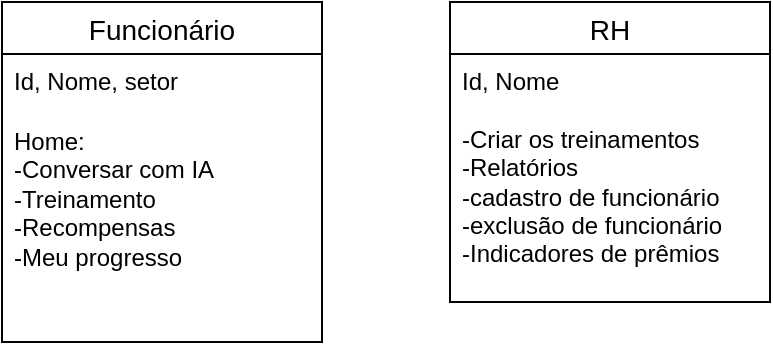
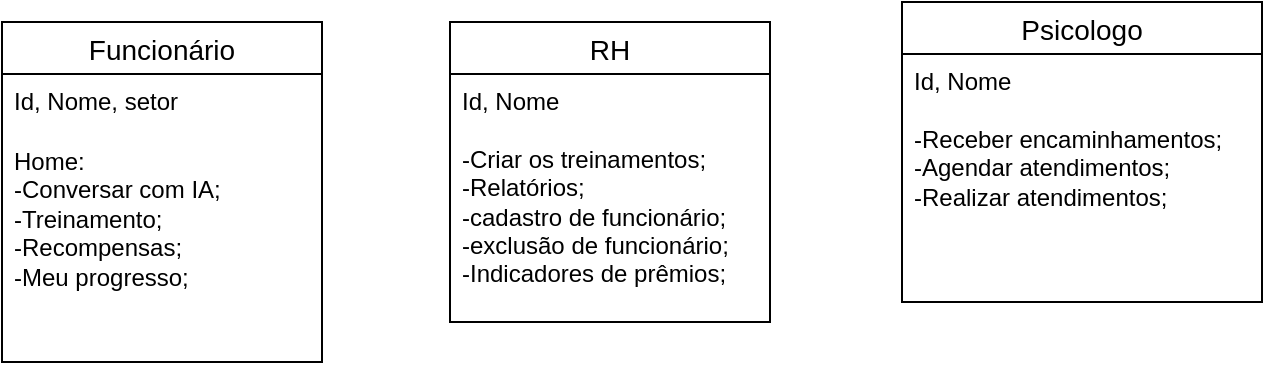
<mxfile host="app.diagrams.net">
  <diagram name="Página-1" id="Olnqo0z5X7HrJRJVDCDp">
    <mxGraphModel dx="1094" dy="647" grid="1" gridSize="10" guides="1" tooltips="1" connect="1" arrows="1" fold="1" page="1" pageScale="1" pageWidth="827" pageHeight="1169" math="0" shadow="0">
      <root>
        <mxCell id="0" />
        <mxCell id="1" parent="0" />
        <mxCell id="BrtYY052EfEOkjj2CXpA-1" parent="1" style="swimlane;fontStyle=0;childLayout=stackLayout;horizontal=1;startSize=26;horizontalStack=0;resizeParent=1;resizeParentMax=0;resizeLast=0;collapsible=1;marginBottom=0;align=center;fontSize=14;" value="Funcionário" vertex="1">
          <mxGeometry height="170" width="160" x="30" y="130" as="geometry" />
        </mxCell>
        <mxCell id="BrtYY052EfEOkjj2CXpA-2" parent="BrtYY052EfEOkjj2CXpA-1" style="text;strokeColor=none;fillColor=none;spacingLeft=4;spacingRight=4;overflow=hidden;rotatable=0;points=[[0,0.5],[1,0.5]];portConstraint=eastwest;fontSize=12;whiteSpace=wrap;html=1;" value="Id, Nome, setor&amp;nbsp;" vertex="1">
          <mxGeometry height="30" width="160" y="26" as="geometry" />
        </mxCell>
-         <mxCell id="BrtYY052EfEOkjj2CXpA-3" parent="BrtYY052EfEOkjj2CXpA-1" style="text;strokeColor=none;fillColor=none;spacingLeft=4;spacingRight=4;overflow=hidden;rotatable=0;points=[[0,0.5],[1,0.5]];portConstraint=eastwest;fontSize=12;whiteSpace=wrap;html=1;" value="Home:&lt;br&gt;-Conversar com IA&lt;br&gt;-Treinamento&lt;br&gt;-Recompensas&lt;br&gt;-Meu progresso" vertex="1">
+         <mxCell id="BrtYY052EfEOkjj2CXpA-3" parent="BrtYY052EfEOkjj2CXpA-1" style="text;strokeColor=none;fillColor=none;spacingLeft=4;spacingRight=4;overflow=hidden;rotatable=0;points=[[0,0.5],[1,0.5]];portConstraint=eastwest;fontSize=12;whiteSpace=wrap;html=1;" value="Home:&lt;br&gt;-Conversar com IA;&lt;br&gt;-Treinamento;&lt;br&gt;-Recompensas;&lt;br&gt;-Meu progresso;" vertex="1">
          <mxGeometry height="114" width="160" y="56" as="geometry" />
        </mxCell>
        <mxCell id="BrtYY052EfEOkjj2CXpA-5" parent="1" style="swimlane;fontStyle=0;childLayout=stackLayout;horizontal=1;startSize=26;horizontalStack=0;resizeParent=1;resizeParentMax=0;resizeLast=0;collapsible=1;marginBottom=0;align=center;fontSize=14;" value="RH" vertex="1">
          <mxGeometry height="150" width="160" x="254" y="130" as="geometry" />
        </mxCell>
-         <mxCell id="BrtYY052EfEOkjj2CXpA-6" parent="BrtYY052EfEOkjj2CXpA-5" style="text;strokeColor=none;fillColor=none;spacingLeft=4;spacingRight=4;overflow=hidden;rotatable=0;points=[[0,0.5],[1,0.5]];portConstraint=eastwest;fontSize=12;whiteSpace=wrap;html=1;" value="Id, Nome&lt;div&gt;&lt;br&gt;-Criar os treinamentos&lt;br&gt;-Relatórios&lt;br&gt;-cadastro de funcionário&lt;br&gt;-exclusão de funcionário&lt;br&gt;-Indicadores de prêmios&lt;/div&gt;" vertex="1">
+         <mxCell id="BrtYY052EfEOkjj2CXpA-6" parent="BrtYY052EfEOkjj2CXpA-5" style="text;strokeColor=none;fillColor=none;spacingLeft=4;spacingRight=4;overflow=hidden;rotatable=0;points=[[0,0.5],[1,0.5]];portConstraint=eastwest;fontSize=12;whiteSpace=wrap;html=1;" value="Id, Nome&lt;div&gt;&lt;br&gt;-Criar os treinamentos;&lt;br&gt;-Relatórios;&lt;br&gt;-cadastro de funcionário;&lt;br&gt;-exclusão de funcionário;&lt;br&gt;-Indicadores de prêmios;&lt;/div&gt;" vertex="1">
          <mxGeometry height="124" width="160" y="26" as="geometry" />
+         </mxCell>
+         <mxCell id="BrtYY052EfEOkjj2CXpA-8" parent="1" style="swimlane;fontStyle=0;childLayout=stackLayout;horizontal=1;startSize=26;horizontalStack=0;resizeParent=1;resizeParentMax=0;resizeLast=0;collapsible=1;marginBottom=0;align=center;fontSize=14;" value="Psicologo" vertex="1">
+           <mxGeometry height="150" width="180" x="480" y="120" as="geometry" />
+         </mxCell>
+         <mxCell id="BrtYY052EfEOkjj2CXpA-9" parent="BrtYY052EfEOkjj2CXpA-8" style="text;strokeColor=none;fillColor=none;spacingLeft=4;spacingRight=4;overflow=hidden;rotatable=0;points=[[0,0.5],[1,0.5]];portConstraint=eastwest;fontSize=12;whiteSpace=wrap;html=1;" value="Id, Nome&lt;div&gt;&lt;br&gt;-Receber encaminhamentos;&lt;br&gt;-Agendar atendimentos;&lt;br&gt;-Realizar atendimentos;&lt;/div&gt;" vertex="1">
+           <mxGeometry height="124" width="180" y="26" as="geometry" />
        </mxCell>
      </root>
    </mxGraphModel>
  </diagram>
</mxfile>
